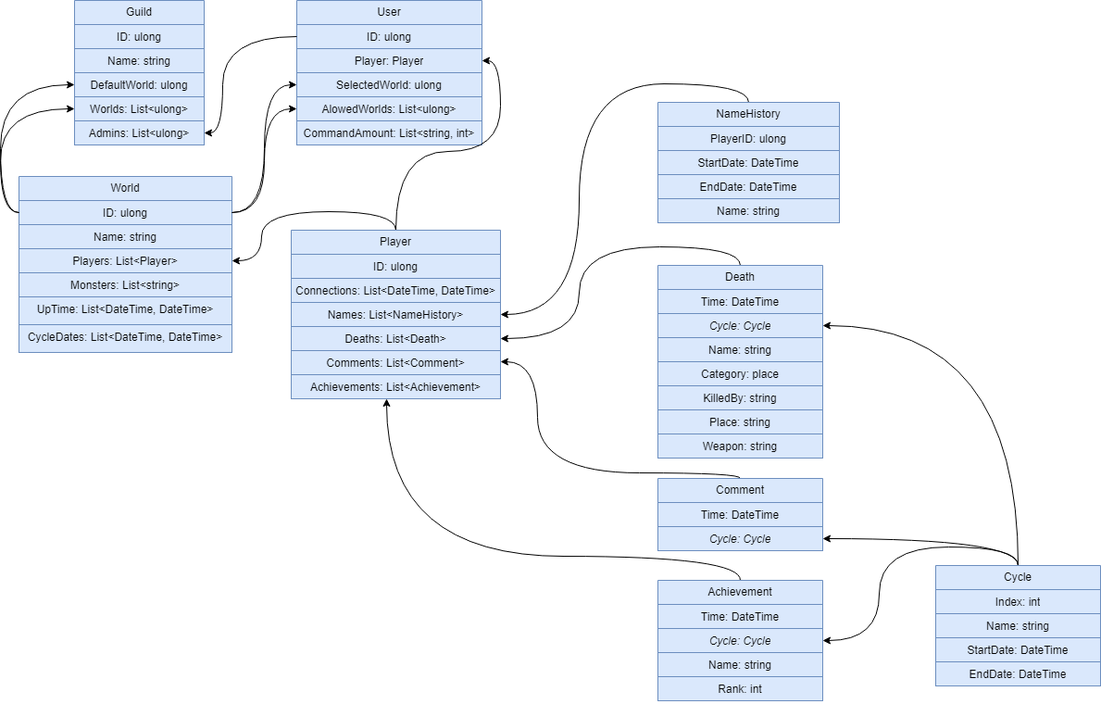
Before: Stats Bot UML.drawio.png, a diagram exported from draw.io (Endferoma/Draw.IO). Source tidied: cells renumbered, new cells last; positions are measured from the earlier drawing's top-left corner, leaving out a move shared by most shapes.
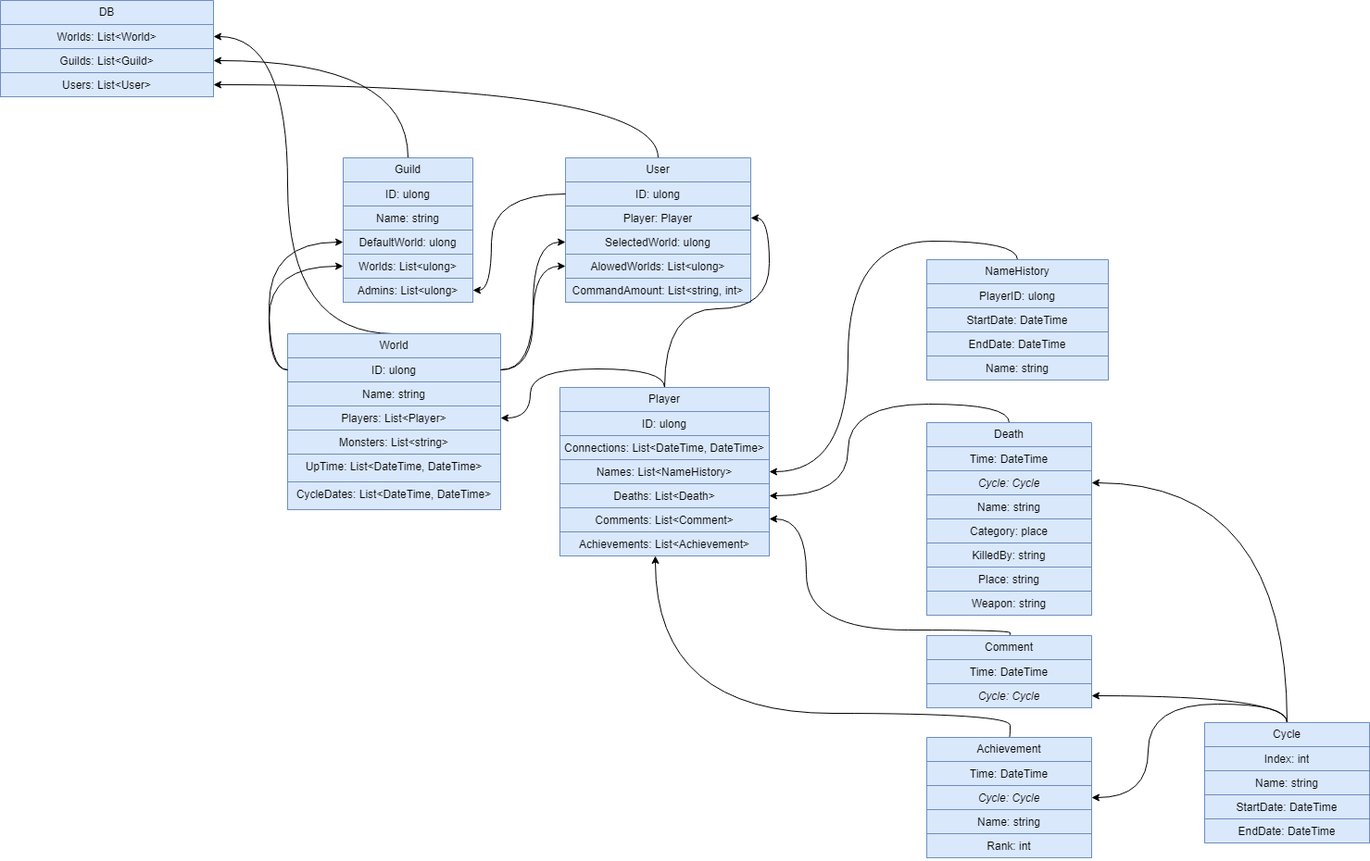
After the change.

What changed in the source:
```diff
@@ -2,6 +2,9 @@
   <root>
     <mxCell id="0" />
     <mxCell id="1" parent="0" />
+    <mxCell id="68" style="edgeStyle=orthogonalEdgeStyle;rounded=0;jettySize=auto;html=1;exitX=0.5;exitY=0;exitDx=0;exitDy=0;curved=1;" parent="1" edge="1" source="2" target="73">
+      <mxGeometry relative="1" as="geometry" />
+    </mxCell>
     <mxCell id="2" value="Guild" style="swimlane;fontStyle=0;horizontal=1;startSize=26;fillColor=#dae8fc;whiteSpace=wrap;html=1;align=center;strokeColor=#6c8ebf;" parent="1" vertex="1">
       <mxGeometry x="60" width="140" height="156" as="geometry" />
     </mxCell>
@@ -20,6 +23,9 @@
     <mxCell id="7" value="Admins: List&amp;lt;ulong&amp;gt;" style="text;strokeColor=#6c8ebf;fillColor=#dae8fc;align=center;verticalAlign=top;spacingLeft=4;spacingRight=4;overflow=hidden;points=[[0,0.5],[1,0.5]];portConstraint=eastwest;whiteSpace=wrap;html=1;" parent="2" vertex="1">
       <mxGeometry y="130" width="140" height="26" as="geometry" />
     </mxCell>
+    <mxCell id="69" style="edgeStyle=orthogonalEdgeStyle;rounded=0;jettySize=auto;html=1;exitX=0.5;exitY=0;exitDx=0;exitDy=0;curved=1;" parent="1" edge="1" source="8" target="74">
+      <mxGeometry relative="1" as="geometry" />
+    </mxCell>
     <mxCell id="8" value="User" style="swimlane;fontStyle=0;horizontal=1;startSize=26;fillColor=#dae8fc;whiteSpace=wrap;html=1;align=center;strokeColor=#6c8ebf;" parent="1" vertex="1">
       <mxGeometry x="300" width="200" height="156" as="geometry" />
     </mxCell>
@@ -56,6 +62,14 @@
     <mxCell id="19" value="Name: string" style="text;strokeColor=#6c8ebf;fillColor=#dae8fc;align=center;verticalAlign=top;spacingLeft=4;spacingRight=4;overflow=hidden;whiteSpace=wrap;html=1;" parent="15" vertex="1">
       <mxGeometry y="104" width="196" height="26" as="geometry" />
     </mxCell>
+    <mxCell id="70" style="edgeStyle=orthogonalEdgeStyle;rounded=0;jettySize=auto;html=1;exitX=0.5;exitY=0;exitDx=0;exitDy=0;entryX=1;entryY=0.5;entryDx=0;entryDy=0;curved=1;" parent="1" edge="1" source="20" target="72">
+      <mxGeometry relative="1" as="geometry">
+        <Array as="points">
+          <mxPoint y="190" />
+          <mxPoint y="-131" />
+        </Array>
+      </mxGeometry>
+    </mxCell>
     <mxCell id="20" value="World" style="swimlane;fontStyle=0;horizontal=1;startSize=26;fillColor=#dae8fc;whiteSpace=wrap;html=1;align=center;strokeColor=#6c8ebf;" parent="1" vertex="1">
       <mxGeometry y="190" width="230" height="190" as="geometry" />
     </mxCell>
@@ -218,5 +232,17 @@
     <mxCell id="67" style="edgeStyle=orthogonalEdgeStyle;rounded=0;jettySize=auto;html=1;exitX=1;exitY=0.5;exitDx=0;exitDy=0;entryX=0;entryY=0.5;entryDx=0;entryDy=0;curved=1;" parent="1" edge="1" source="21" target="12">
       <mxGeometry relative="1" as="geometry" />
     </mxCell>
+    <mxCell id="71" value="DB" style="swimlane;fontStyle=0;horizontal=1;startSize=26;fillColor=#dae8fc;whiteSpace=wrap;html=1;align=center;strokeColor=#6c8ebf;" parent="1" vertex="1">
+      <mxGeometry x="-310" y="-170" width="230" height="104" as="geometry" />
+    </mxCell>
+    <mxCell id="72" value="Worlds: List&amp;lt;World&amp;gt;" style="text;strokeColor=#6c8ebf;fillColor=#dae8fc;align=center;verticalAlign=top;spacingLeft=4;spacingRight=4;overflow=hidden;points=[[0,0.5],[1,0.5]];portConstraint=eastwest;whiteSpace=wrap;html=1;" parent="71" vertex="1">
+      <mxGeometry y="26" width="230" height="26" as="geometry" />
+    </mxCell>
+    <mxCell id="73" value="Guilds: List&amp;lt;Guild&amp;gt;" style="text;strokeColor=#6c8ebf;fillColor=#dae8fc;align=center;verticalAlign=top;spacingLeft=4;spacingRight=4;overflow=hidden;points=[[0,0.5],[1,0.5]];portConstraint=eastwest;whiteSpace=wrap;html=1;" parent="71" vertex="1">
+      <mxGeometry y="52" width="230" height="26" as="geometry" />
+    </mxCell>
+    <mxCell id="74" value="Users: List&amp;lt;User&amp;gt;" style="text;strokeColor=#6c8ebf;fillColor=#dae8fc;align=center;verticalAlign=top;spacingLeft=4;spacingRight=4;overflow=hidden;points=[[0,0.5],[1,0.5]];portConstraint=eastwest;whiteSpace=wrap;html=1;" parent="71" vertex="1">
+      <mxGeometry y="78" width="230" height="26" as="geometry" />
+    </mxCell>
   </root>
 </mxGraphModel>
```
